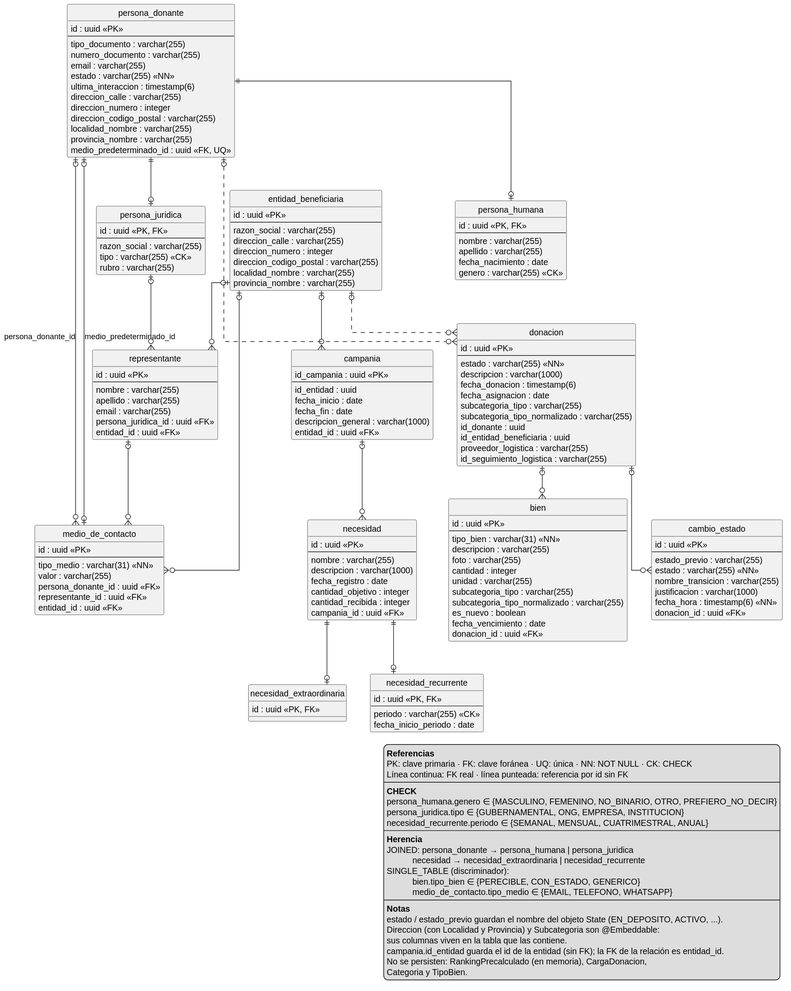
Before: donatrack/DiagramaDeClases/Donaciones/donaciones-der.svg, a diagram exported from PlantUML (PonceCamilo/TP-ANUAL-DISENIO-2026). The source it was exported from:
```plantuml
@startuml
hide circle
skinparam linetype ortho
skinparam nodesep 40
skinparam ranksep 55



entity persona_donante {
  id : uuid <<PK>>
  --
  tipo_documento : varchar(255)
  numero_documento : varchar(255)
  email : varchar(255)
  estado : varchar(255) <<NN>>
  ultima_interaccion : timestamp(6)
  direccion_calle : varchar(255)
  direccion_numero : integer
  direccion_codigo_postal : varchar(255)
  localidad_nombre : varchar(255)
  provincia_nombre : varchar(255)
  medio_predeterminado_id : uuid <<FK, UQ>>
}

entity persona_humana {
  id : uuid <<PK, FK>>
  --
  nombre : varchar(255)
  apellido : varchar(255)
  fecha_nacimiento : date
  genero : varchar(255) <<CK>>
}

entity persona_juridica {
  id : uuid <<PK, FK>>
  --
  razon_social : varchar(255)
  tipo : varchar(255) <<CK>>
  rubro : varchar(255)
}


entity representante {
  id : uuid <<PK>>
  --
  nombre : varchar(255)
  apellido : varchar(255)
  email : varchar(255)
  persona_juridica_id : uuid <<FK>>
  entidad_id : uuid <<FK>>
}

entity medio_de_contacto {
  id : uuid <<PK>>
  --
  tipo_medio : varchar(31) <<NN>>
  valor : varchar(255)
  persona_donante_id : uuid <<FK>>
  representante_id : uuid <<FK>>
  entidad_id : uuid <<FK>>
}


entity entidad_beneficiaria {
  id : uuid <<PK>>
  --
  razon_social : varchar(255)
  direccion_calle : varchar(255)
  direccion_numero : integer
  direccion_codigo_postal : varchar(255)
  localidad_nombre : varchar(255)
  provincia_nombre : varchar(255)
}

entity campania {
  id_campania : uuid <<PK>>
  --
  id_entidad : uuid
  fecha_inicio : date
  fecha_fin : date
  descripcion_general : varchar(1000)
  entidad_id : uuid <<FK>>
}

entity necesidad {
  id : uuid <<PK>>
  --
  nombre : varchar(255)
  descripcion : varchar(1000)
  fecha_registro : date
  cantidad_objetivo : integer
  cantidad_recibida : integer
  campania_id : uuid <<FK>>
}

entity necesidad_extraordinaria {
  id : uuid <<PK, FK>>
}

entity necesidad_recurrente {
  id : uuid <<PK, FK>>
  --
  periodo : varchar(255) <<CK>>
  fecha_inicio_periodo : date
}


entity donacion {
  id : uuid <<PK>>
  --
  estado : varchar(255) <<NN>>
  descripcion : varchar(1000)
  fecha_donacion : timestamp(6)
  fecha_asignacion : date
  subcategoria_tipo : varchar(255)
  subcategoria_tipo_normalizado : varchar(255)
  id_donante : uuid
  id_entidad_beneficiaria : uuid
  proveedor_logistica : varchar(255)
  id_seguimiento_logistica : varchar(255)
}

entity bien {
  id : uuid <<PK>>
  --
  tipo_bien : varchar(31) <<NN>>
  descripcion : varchar(255)
  foto : varchar(255)
  cantidad : integer
  unidad : varchar(255)
  subcategoria_tipo : varchar(255)
  subcategoria_tipo_normalizado : varchar(255)
  es_nuevo : boolean
  fecha_vencimiento : date
  donacion_id : uuid <<FK>>
}

entity cambio_estado {
  id : uuid <<PK>>
  --
  estado_previo : varchar(255)
  estado : varchar(255) <<NN>>
  nombre_transicion : varchar(255)
  justificacion : varchar(1000)
  fecha_hora : timestamp(6) <<NN>>
  donacion_id : uuid <<FK>>
}


persona_donante ||--o| persona_humana
persona_donante ||--o| persona_juridica


persona_donante |o--o{ medio_de_contacto : persona_donante_id
medio_de_contacto |o--o| persona_donante : medio_predeterminado_id
persona_juridica |o--o{ representante
representante |o--o{ medio_de_contacto

entidad_beneficiaria |o--o{ medio_de_contacto
entidad_beneficiaria |o--o{ representante
entidad_beneficiaria |o--o{ campania
campania |o--o{ necesidad
necesidad ||--o| necesidad_extraordinaria
necesidad ||--o| necesidad_recurrente

donacion |o--o{ bien
donacion |o--o{ cambio_estado


persona_donante |o..o{ donacion
entidad_beneficiaria |o..o{ donacion

legend right
  <b>Referencias</b>
  PK: clave primaria · FK: clave foránea · UQ: única · NN: NOT NULL · CK: CHECK
  Línea continua: FK real · línea punteada: referencia por id sin FK
  ----
  <b>CHECK</b>
  persona_humana.genero ∈ {MASCULINO, FEMENINO, NO_BINARIO, OTRO, PREFIERO_NO_DECIR}
  persona_juridica.tipo ∈ {GUBERNAMENTAL, ONG, EMPRESA, INSTITUCION}
  necesidad_recurrente.periodo ∈ {SEMANAL, MENSUAL, CUATRIMESTRAL, ANUAL}
  ----
  <b>Herencia</b>
  JOINED: persona_donante → persona_humana | persona_juridica
             necesidad → necesidad_extraordinaria | necesidad_recurrente
  SINGLE_TABLE (discriminador):
             bien.tipo_bien ∈ {PERECIBLE, CON_ESTADO, GENERICO}
             medio_de_contacto.tipo_medio ∈ {EMAIL, TELEFONO, WHATSAPP}
  ----
  <b>Notas</b>
  estado / estado_previo guardan el nombre del objeto State (EN_DEPOSITO, ACTIVO, ...).
  Direccion (con Localidad y Provincia) y Subcategoria son @Embeddable:
  sus columnas viven en la tabla que las contiene.
  campania.id_entidad guarda el id de la entidad (sin FK); la FK de la relación es entidad_id.
  No se persisten: RankingPrecalculado (en memoria), CargaDonacion,
  Categoria y TipoBien.
endlegend
@enduml
```
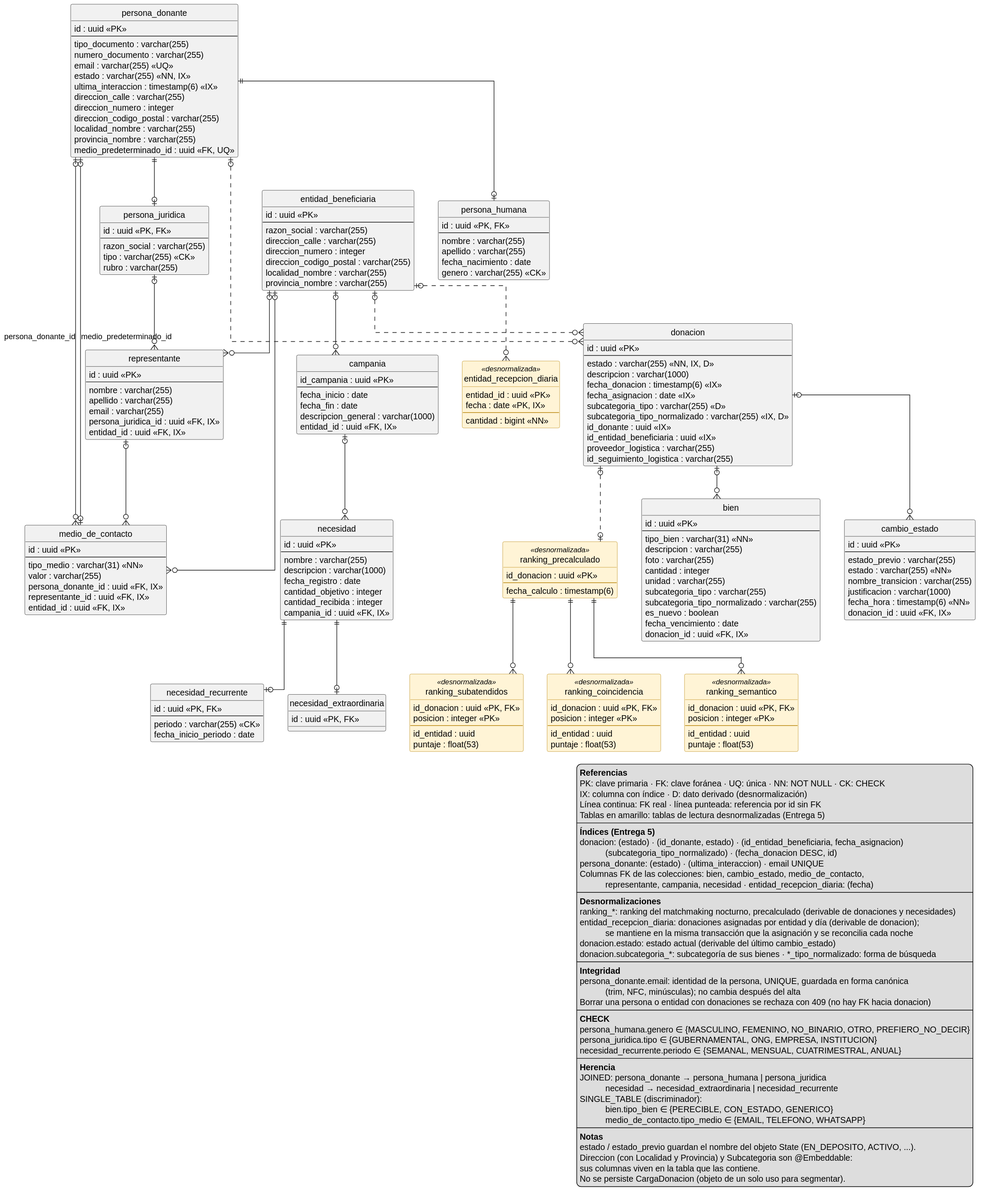
Later version of the same file.

Change to the diagram source:
```diff
@@ -3,6 +3,10 @@
 skinparam linetype ortho
 skinparam nodesep 40
 skinparam ranksep 55
+skinparam class {
+  BackgroundColor<<desnormalizada>> #FFF4D6
+  BorderColor<<desnormalizada>> #B8860B
+}
 
 
 
@@ -11,9 +15,9 @@
   --
   tipo_documento : varchar(255)
   numero_documento : varchar(255)
-  email : varchar(255)
-  estado : varchar(255) <<NN>>
-  ultima_interaccion : timestamp(6)
+  email : varchar(255) <<UQ>>
+  estado : varchar(255) <<NN, IX>>
+  ultima_interaccion : timestamp(6) <<IX>>
   direccion_calle : varchar(255)
   direccion_numero : integer
   direccion_codigo_postal : varchar(255)
@@ -46,8 +50,8 @@
   nombre : varchar(255)
   apellido : varchar(255)
   email : varchar(255)
-  persona_juridica_id : uuid <<FK>>
-  entidad_id : uuid <<FK>>
+  persona_juridica_id : uuid <<FK, IX>>
+  entidad_id : uuid <<FK, IX>>
 }
 
 entity medio_de_contacto {
@@ -55,9 +59,9 @@
   --
   tipo_medio : varchar(31) <<NN>>
   valor : varchar(255)
-  persona_donante_id : uuid <<FK>>
-  representante_id : uuid <<FK>>
-  entidad_id : uuid <<FK>>
+  persona_donante_id : uuid <<FK, IX>>
+  representante_id : uuid <<FK, IX>>
+  entidad_id : uuid <<FK, IX>>
 }
 
 
@@ -75,11 +79,10 @@
 entity campania {
   id_campania : uuid <<PK>>
   --
-  id_entidad : uuid
   fecha_inicio : date
   fecha_fin : date
   descripcion_general : varchar(1000)
-  entidad_id : uuid <<FK>>
+  entidad_id : uuid <<FK, IX>>
 }
 
 entity necesidad {
@@ -90,7 +93,7 @@
   fecha_registro : date
   cantidad_objetivo : integer
   cantidad_recibida : integer
-  campania_id : uuid <<FK>>
+  campania_id : uuid <<FK, IX>>
 }
 
 entity necesidad_extraordinaria {
@@ -108,14 +111,14 @@
 entity donacion {
   id : uuid <<PK>>
   --
-  estado : varchar(255) <<NN>>
+  estado : varchar(255) <<NN, IX, D>>
   descripcion : varchar(1000)
-  fecha_donacion : timestamp(6)
-  fecha_asignacion : date
-  subcategoria_tipo : varchar(255)
-  subcategoria_tipo_normalizado : varchar(255)
-  id_donante : uuid
-  id_entidad_beneficiaria : uuid
+  fecha_donacion : timestamp(6) <<IX>>
+  fecha_asignacion : date <<IX>>
+  subcategoria_tipo : varchar(255) <<D>>
+  subcategoria_tipo_normalizado : varchar(255) <<IX, D>>
+  id_donante : uuid <<IX>>
+  id_entidad_beneficiaria : uuid <<IX>>
   proveedor_logistica : varchar(255)
   id_seguimiento_logistica : varchar(255)
 }
@@ -132,7 +135,7 @@
   subcategoria_tipo_normalizado : varchar(255)
   es_nuevo : boolean
   fecha_vencimiento : date
-  donacion_id : uuid <<FK>>
+  donacion_id : uuid <<FK, IX>>
 }
 
 entity cambio_estado {
@@ -143,7 +146,45 @@
   nombre_transicion : varchar(255)
   justificacion : varchar(1000)
   fecha_hora : timestamp(6) <<NN>>
-  donacion_id : uuid <<FK>>
+  donacion_id : uuid <<FK, IX>>
+}
+
+
+entity ranking_precalculado <<desnormalizada>> {
+  id_donacion : uuid <<PK>>
+  --
+  fecha_calculo : timestamp(6)
+}
+
+entity ranking_coincidencia <<desnormalizada>> {
+  id_donacion : uuid <<PK, FK>>
+  posicion : integer <<PK>>
+  --
+  id_entidad : uuid
+  puntaje : float(53)
+}
+
+entity ranking_semantico <<desnormalizada>> {
+  id_donacion : uuid <<PK, FK>>
+  posicion : integer <<PK>>
+  --
+  id_entidad : uuid
+  puntaje : float(53)
+}
+
+entity ranking_subatendidos <<desnormalizada>> {
+  id_donacion : uuid <<PK, FK>>
+  posicion : integer <<PK>>
+  --
+  id_entidad : uuid
+  puntaje : float(53)
+}
+
+entity entidad_recepcion_diaria <<desnormalizada>> {
+  entidad_id : uuid <<PK>>
+  fecha : date <<PK, IX>>
+  --
+  cantidad : bigint <<NN>>
 }
 
 
@@ -166,14 +207,41 @@
 donacion |o--o{ bien
 donacion |o--o{ cambio_estado
 
+ranking_precalculado ||--o{ ranking_coincidencia
+ranking_precalculado ||--o{ ranking_semantico
+ranking_precalculado ||--o{ ranking_subatendidos
+
 
 persona_donante |o..o{ donacion
 entidad_beneficiaria |o..o{ donacion
+donacion |o..o| ranking_precalculado
+entidad_beneficiaria |o..o{ entidad_recepcion_diaria
 
 legend right
   <b>Referencias</b>
   PK: clave primaria · FK: clave foránea · UQ: única · NN: NOT NULL · CK: CHECK
+  IX: columna con índice · D: dato derivado (desnormalización)
   Línea continua: FK real · línea punteada: referencia por id sin FK
+  Tablas en amarillo: tablas de lectura desnormalizadas (Entrega 5)
+  ----
+  <b>Índices (Entrega 5)</b>
+  donacion: (estado) · (id_donante, estado) · (id_entidad_beneficiaria, fecha_asignacion)
+             (subcategoria_tipo_normalizado) · (fecha_donacion DESC, id)
+  persona_donante: (estado) · (ultima_interaccion) · email UNIQUE
+  Columnas FK de las colecciones: bien, cambio_estado, medio_de_contacto,
+             representante, campania, necesidad · entidad_recepcion_diaria: (fecha)
+  ----
+  <b>Desnormalizaciones</b>
+  ranking_*: ranking del matchmaking nocturno, precalculado (derivable de donaciones y necesidades)
+  entidad_recepcion_diaria: donaciones asignadas por entidad y día (derivable de donacion);
+             se mantiene en la misma transacción que la asignación y se reconcilia cada noche
+  donacion.estado: estado actual (derivable del último cambio_estado)
+  donacion.subcategoria_*: subcategoría de sus bienes · *_tipo_normalizado: forma de búsqueda
+  ----
+  <b>Integridad</b>
+  persona_donante.email: identidad de la persona, UNIQUE, guardada en forma canónica
+             (trim, NFC, minúsculas); no cambia después del alta
+  Borrar una persona o entidad con donaciones se rechaza con 409 (no hay FK hacia donacion)
   ----
   <b>CHECK</b>
   persona_humana.genero ∈ {MASCULINO, FEMENINO, NO_BINARIO, OTRO, PREFIERO_NO_DECIR}
@@ -191,8 +259,6 @@
   estado / estado_previo guardan el nombre del objeto State (EN_DEPOSITO, ACTIVO, ...).
   Direccion (con Localidad y Provincia) y Subcategoria son @Embeddable:
   sus columnas viven en la tabla que las contiene.
-  campania.id_entidad guarda el id de la entidad (sin FK); la FK de la relación es entidad_id.
-  No se persisten: RankingPrecalculado (en memoria), CargaDonacion,
-  Categoria y TipoBien.
+  No se persiste CargaDonacion (objeto de un solo uso para segmentar).
 endlegend
 @enduml
```
